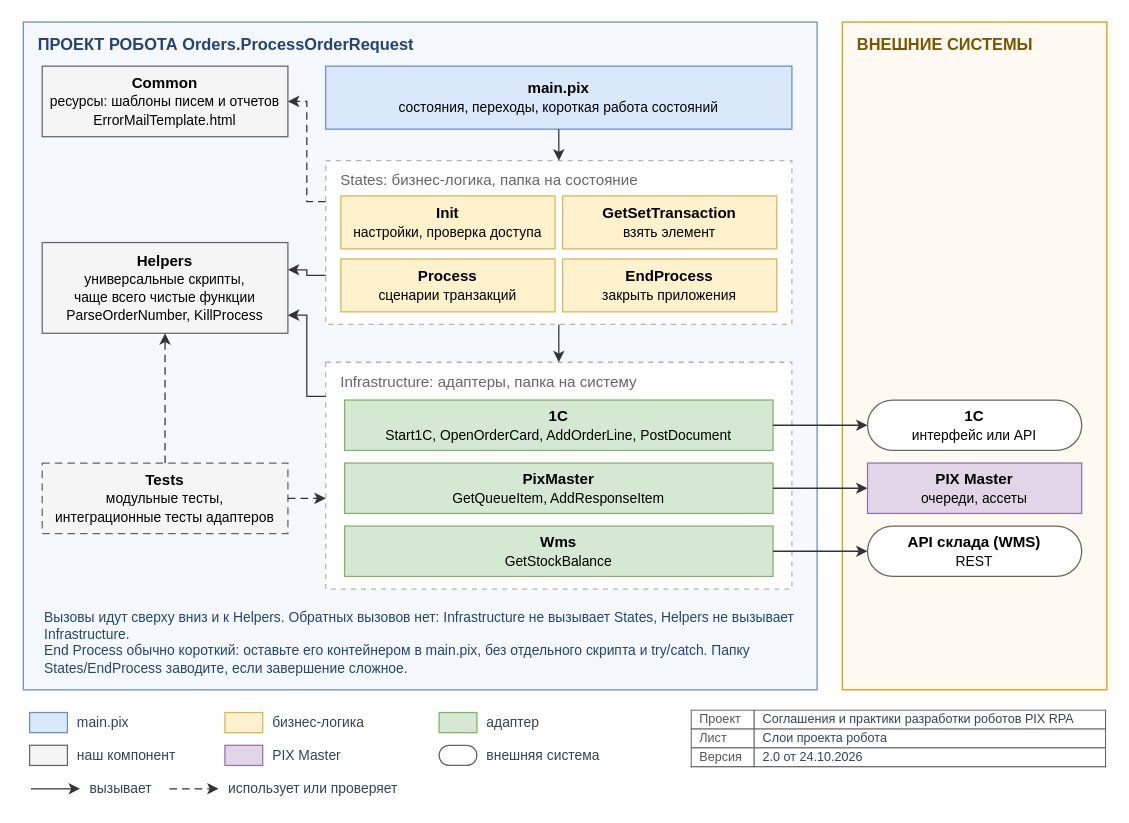
This is page "template / TEMPLATE-01-architecture" (3 of 6) of images/diagrams.drawio from TheMrDJek/PixRpaDevelopmentConventions, a draw.io file, before an edit. Source tidied: cells renumbered, new cells numbered last; positions are measured from the earlier drawing's top-left corner, leaving out a move shared by most shapes. Both pictures are drawn from the tidied source at 126%, with x=0, y=0 at pixel (23, 21).
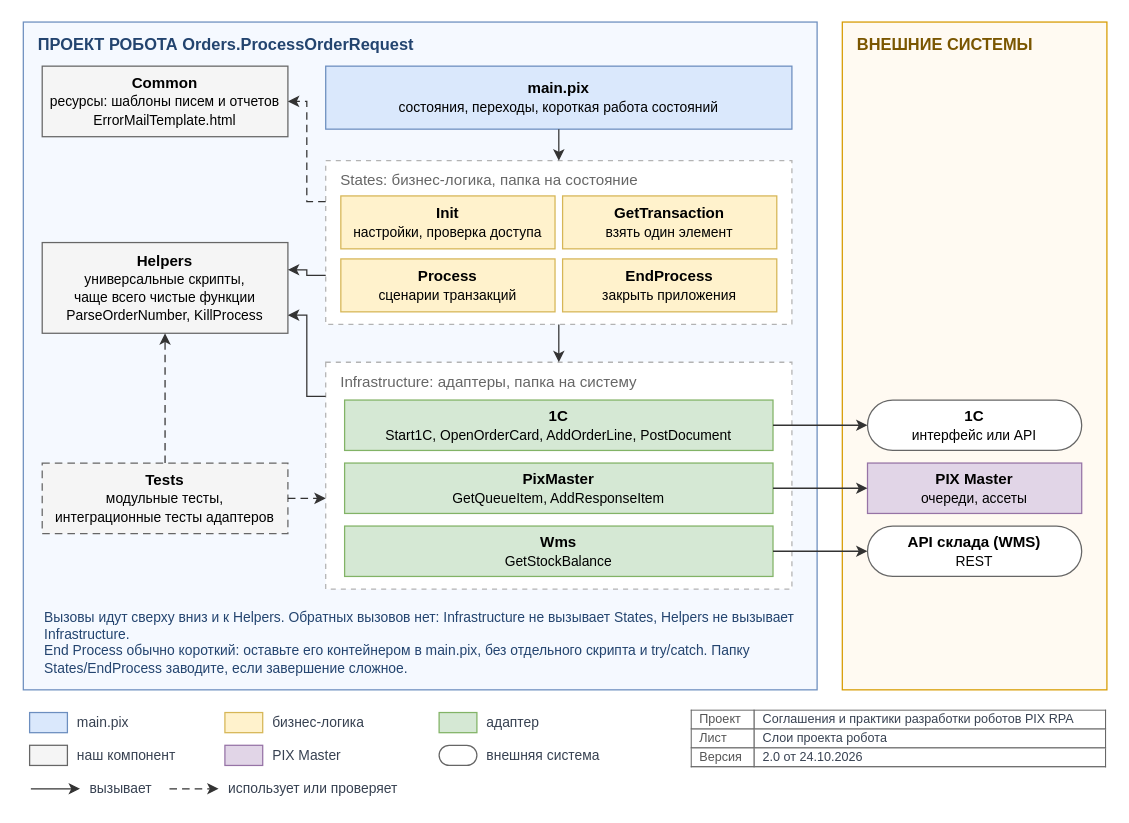
The same page after the edit.

What changed in the source:
```diff
@@
-    <mxCell id="7" value="&lt;b&gt;GetSetTransaction&lt;/b&gt;&lt;br&gt;&lt;font style=&quot;font-size:11px&quot;&gt;взять элемент&lt;/font&gt;" style="rounded=0;fillColor=#FFF2CC;strokeColor=#D6B656;strokeWidth=1;fontColor=#000000;fontSize=12;whiteSpace=wrap;html=1;fontFamily=Helvetica;" parent="1" vertex="1">
+    <mxCell id="7" value="&lt;b&gt;GetTransaction&lt;/b&gt;&lt;br&gt;&lt;font style=&quot;font-size:11px&quot;&gt;взять один элемент&lt;/font&gt;" style="rounded=0;fillColor=#FFF2CC;strokeColor=#D6B656;strokeWidth=1;fontColor=#000000;fontSize=12;whiteSpace=wrap;html=1;fontFamily=Helvetica;" parent="1" vertex="1">
       <mxGeometry x="428" y="138" width="170" height="42" as="geometry" />
     </mxCell>
```
